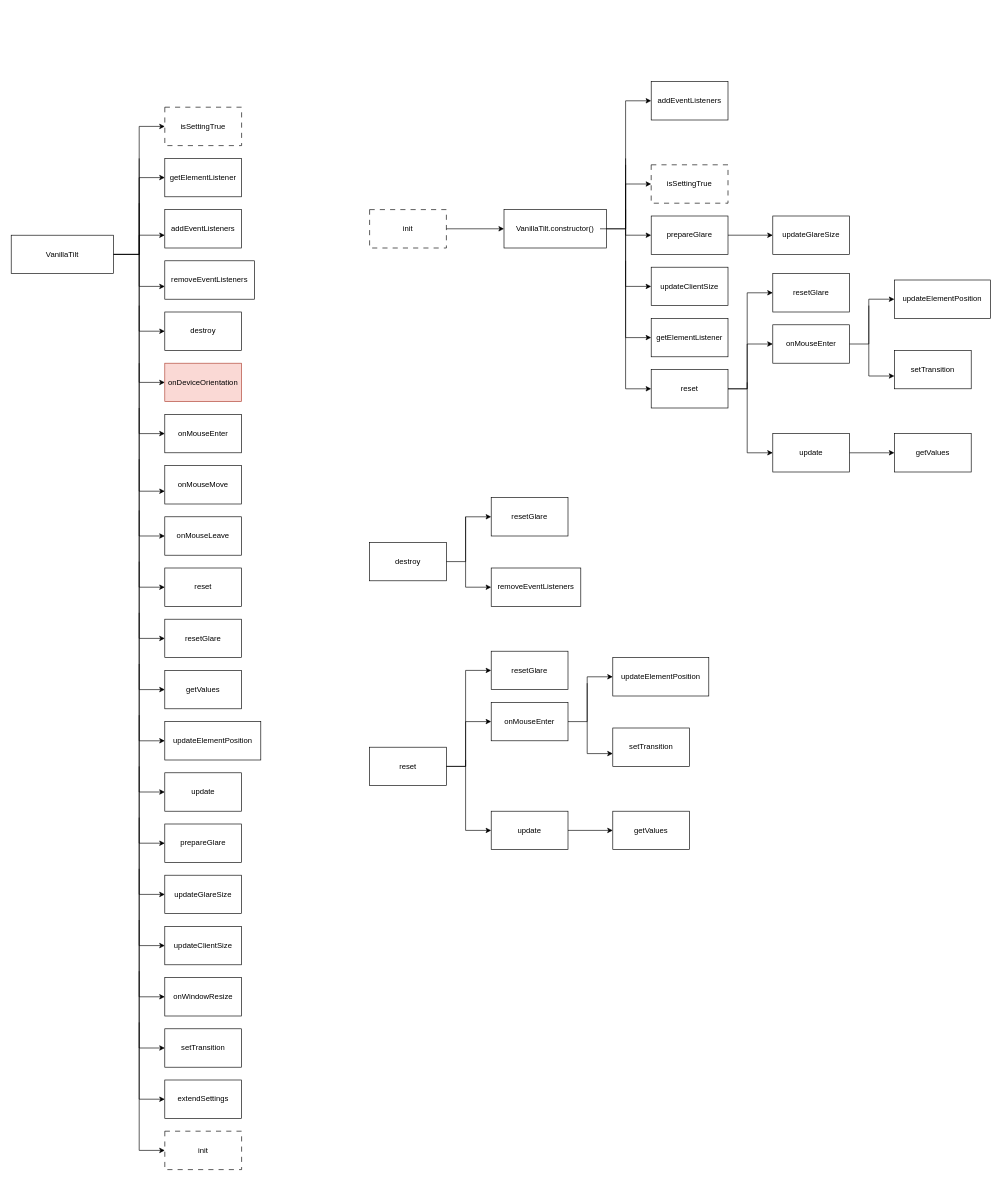
Before: tilt.schema.drawio in nat-davydova/tilt-js-experiments, a draw.io diagram. Source tidied: cells renumbered, new cells numbered last; positions are measured from the earlier drawing's top-left corner, leaving out a move shared by most shapes. Both pictures are drawn from the tidied source at 64%, with x=0, y=0 at pixel (11, 81).
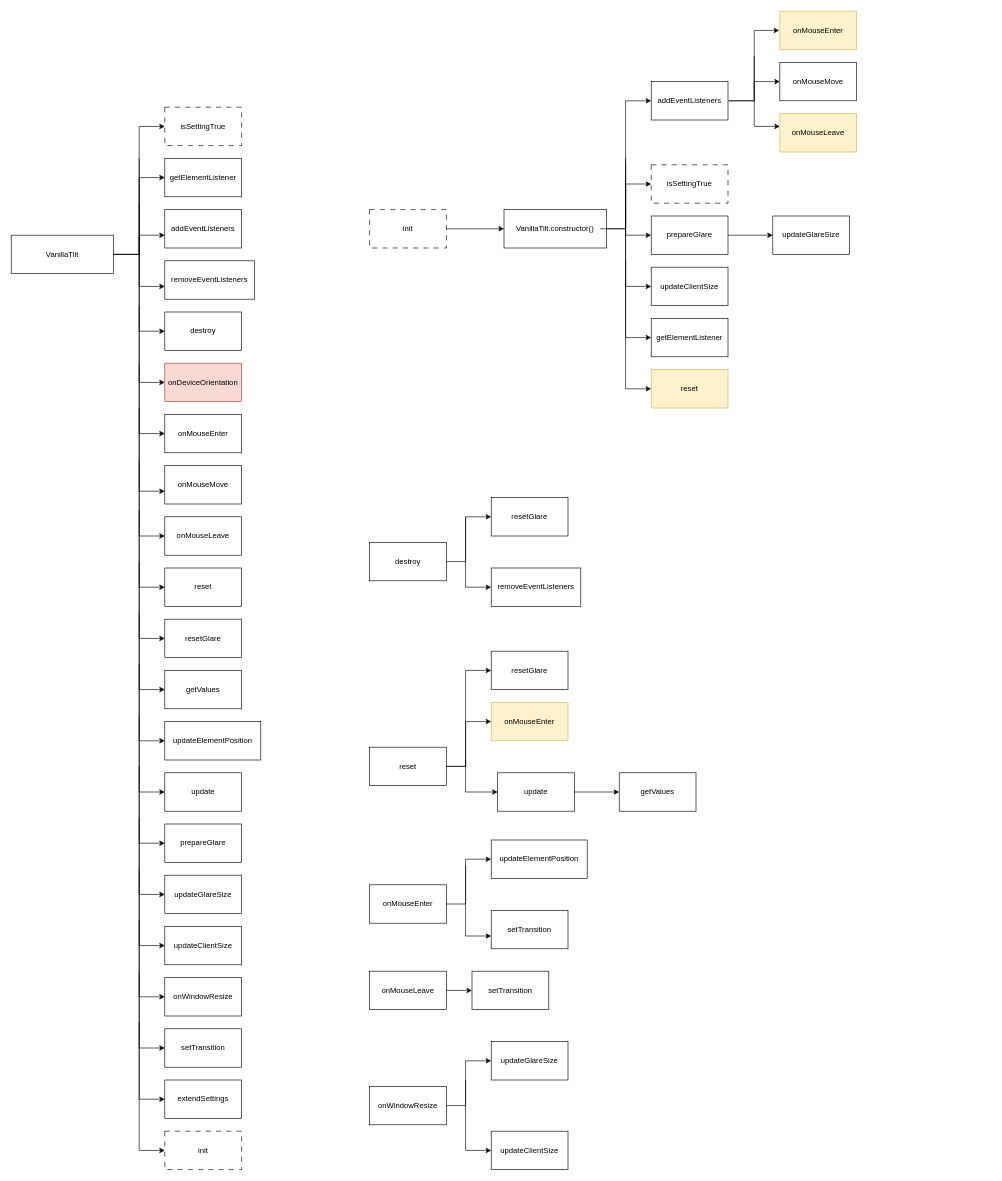
The same diagram, later.

Commit message:
docs: add diagram with lib methods

Diff of the diagram source:
```diff
@@
-    <mxCell id="57" value="reset" style="rounded=0;whiteSpace=wrap;html=1;" parent="1" vertex="1">
+    <mxCell id="57" value="reset" style="rounded=0;whiteSpace=wrap;html=1;fillColor=#fff2cc;strokeColor=#d6b656;" parent="1" vertex="1">
       <mxGeometry x="1000" y="450" width="120" height="60" as="geometry" />
     </mxCell>
@@
-    <mxCell id="61" value="onMouseEnter" style="rounded=0;whiteSpace=wrap;html=1;" parent="1" vertex="1">
-      <mxGeometry x="1190" y="380" width="120" height="60" as="geometry" />
-    </mxCell>
-    <mxCell id="62" value="resetGlare" style="rounded=0;whiteSpace=wrap;html=1;" parent="1" vertex="1">
-      <mxGeometry x="1190" y="300" width="120" height="60" as="geometry" />
-    </mxCell>
-    <mxCell id="63" value="update" style="rounded=0;whiteSpace=wrap;html=1;" parent="1" vertex="1">
-      <mxGeometry x="1190" y="550" width="120" height="60" as="geometry" />
-    </mxCell>
-    <mxCell id="64" style="endArrow=classic;html=1;rounded=0;exitX=1;exitY=0.5;exitDx=0;exitDy=0;entryX=0;entryY=0.5;entryDx=0;entryDy=0;" parent="1" edge="1">
-      <mxGeometry relative="1" as="geometry">
-        <mxPoint x="1120" y="480" as="sourcePoint" />
-        <mxPoint x="1190" y="330" as="targetPoint" />
-        <Array as="points">
-          <mxPoint x="1150" y="480" />
-          <mxPoint x="1150" y="330" />
-        </Array>
-      </mxGeometry>
-    </mxCell>
-    <mxCell id="65" style="endArrow=classic;html=1;rounded=0;exitX=1;exitY=0.5;exitDx=0;exitDy=0;entryX=0;entryY=0.5;entryDx=0;entryDy=0;" parent="1" edge="1">
-      <mxGeometry relative="1" as="geometry">
-        <mxPoint x="1120" y="480" as="sourcePoint" />
-        <mxPoint x="1190" y="410" as="targetPoint" />
-        <Array as="points">
-          <mxPoint x="1150" y="480" />
-          <mxPoint x="1150" y="410" />
-        </Array>
-      </mxGeometry>
-    </mxCell>
-    <mxCell id="66" style="endArrow=classic;html=1;rounded=0;entryX=0;entryY=0.5;entryDx=0;entryDy=0;" parent="1" edge="1">
-      <mxGeometry relative="1" as="geometry">
-        <mxPoint x="1150" y="470" as="sourcePoint" />
-        <mxPoint x="1190" y="580" as="targetPoint" />
-        <Array as="points">
-          <mxPoint x="1150" y="580" />
-        </Array>
-      </mxGeometry>
-    </mxCell>
-    <mxCell id="67" value="getValues" style="rounded=0;whiteSpace=wrap;html=1;" parent="1" vertex="1">
-      <mxGeometry x="1380" y="550" width="120" height="60" as="geometry" />
-    </mxCell>
-    <mxCell id="68" style="endArrow=classic;html=1;rounded=0;entryX=0;entryY=0.5;entryDx=0;entryDy=0;" parent="1" edge="1" target="67">
-      <mxGeometry relative="1" as="geometry">
-        <mxPoint x="1310" y="580" as="sourcePoint" />
-      </mxGeometry>
-    </mxCell>
-    <mxCell id="69" value="updateElementPosition" style="rounded=0;whiteSpace=wrap;html=1;" parent="1" vertex="1">
-      <mxGeometry x="1380" y="310" width="150" height="60" as="geometry" />
-    </mxCell>
-    <mxCell id="70" style="endArrow=classic;html=1;rounded=0;exitX=1;exitY=0.5;exitDx=0;exitDy=0;" parent="1" edge="1">
-      <mxGeometry relative="1" as="geometry">
-        <mxPoint x="1310" y="410" as="sourcePoint" />
-        <mxPoint x="1380" y="340" as="targetPoint" />
-        <Array as="points">
-          <mxPoint x="1340" y="410" />
-          <mxPoint x="1340" y="340" />
-        </Array>
-      </mxGeometry>
-    </mxCell>
-    <mxCell id="71" value="setTransition" style="rounded=0;whiteSpace=wrap;html=1;" parent="1" vertex="1">
-      <mxGeometry x="1380" y="420" width="120" height="60" as="geometry" />
-    </mxCell>
-    <mxCell id="72" style="endArrow=classic;html=1;rounded=0;entryX=0;entryY=0.5;entryDx=0;entryDy=0;" parent="1" edge="1">
-      <mxGeometry relative="1" as="geometry">
-        <mxPoint x="1340" y="350" as="sourcePoint" />
-        <mxPoint x="1380" y="460" as="targetPoint" />
-        <Array as="points">
-          <mxPoint x="1340" y="460" />
-        </Array>
-      </mxGeometry>
-    </mxCell>
@@
-    <mxCell id="79" value="onMouseEnter" style="rounded=0;whiteSpace=wrap;html=1;" parent="1" vertex="1">
+    <mxCell id="79" value="onMouseEnter" style="rounded=0;whiteSpace=wrap;html=1;fillColor=#fff2cc;strokeColor=#d6b656;" parent="1" vertex="1">
       <mxGeometry x="750" y="970" width="120" height="60" as="geometry" />
     </mxCell>
@@
     <mxCell id="81" value="update" style="rounded=0;whiteSpace=wrap;html=1;" parent="1" vertex="1">
-      <mxGeometry x="750" y="1140" width="120" height="60" as="geometry" />
+      <mxGeometry x="760" y="1080" width="120" height="60" as="geometry" />
     </mxCell>
@@
-    <mxCell id="84" style="endArrow=classic;html=1;rounded=0;entryX=0;entryY=0.5;entryDx=0;entryDy=0;" parent="1" edge="1">
+    <mxCell id="84" style="endArrow=classic;html=1;rounded=0;" parent="1" edge="1">
       <mxGeometry relative="1" as="geometry">
         <mxPoint x="710" y="1060" as="sourcePoint" />
-        <mxPoint x="750" y="1170" as="targetPoint" />
+        <mxPoint x="760" y="1110" as="targetPoint" />
         <Array as="points">
-          <mxPoint x="710" y="1170" />
+          <mxPoint x="710" y="1110" />
         </Array>
       </mxGeometry>
     </mxCell>
     <mxCell id="85" value="getValues" style="rounded=0;whiteSpace=wrap;html=1;" parent="1" vertex="1">
-      <mxGeometry x="940" y="1140" width="120" height="60" as="geometry" />
+      <mxGeometry x="950" y="1080" width="120" height="60" as="geometry" />
     </mxCell>
     <mxCell id="86" style="endArrow=classic;html=1;rounded=0;entryX=0;entryY=0.5;entryDx=0;entryDy=0;" parent="1" edge="1" target="85">
       <mxGeometry relative="1" as="geometry">
-        <mxPoint x="870" y="1170" as="sourcePoint" />
+        <mxPoint x="880" y="1110" as="sourcePoint" />
       </mxGeometry>
     </mxCell>
-    <mxCell id="87" value="updateElementPosition" style="rounded=0;whiteSpace=wrap;html=1;" parent="1" vertex="1">
-      <mxGeometry x="940" y="900" width="150" height="60" as="geometry" />
-    </mxCell>
-    <mxCell id="88" style="endArrow=classic;html=1;rounded=0;exitX=1;exitY=0.5;exitDx=0;exitDy=0;" parent="1" edge="1">
-      <mxGeometry relative="1" as="geometry">
-        <mxPoint x="870" y="1000" as="sourcePoint" />
-        <mxPoint x="940" y="930" as="targetPoint" />
-        <Array as="points">
-          <mxPoint x="900" y="1000" />
-          <mxPoint x="900" y="930" />
-        </Array>
-      </mxGeometry>
-    </mxCell>
-    <mxCell id="89" value="setTransition" style="rounded=0;whiteSpace=wrap;html=1;" parent="1" vertex="1">
-      <mxGeometry x="940" y="1010" width="120" height="60" as="geometry" />
-    </mxCell>
-    <mxCell id="90" style="endArrow=classic;html=1;rounded=0;entryX=0;entryY=0.5;entryDx=0;entryDy=0;" parent="1" edge="1">
-      <mxGeometry relative="1" as="geometry">
-        <mxPoint x="900" y="940" as="sourcePoint" />
-        <mxPoint x="940" y="1050" as="targetPoint" />
-        <Array as="points">
-          <mxPoint x="900" y="1050" />
-        </Array>
-      </mxGeometry>
-    </mxCell>
@@
+    <mxCell id="92" style="endArrow=classic;html=1;rounded=0;exitX=1;exitY=0.5;exitDx=0;exitDy=0;" parent="1" edge="1">
+      <mxGeometry relative="1" as="geometry">
+        <mxPoint x="1121" y="30" as="sourcePoint" />
+        <mxPoint x="1200" y="-80" as="targetPoint" />
+        <Array as="points">
+          <mxPoint x="1161" y="30" />
+          <mxPoint x="1161" y="-80" />
+        </Array>
+      </mxGeometry>
+    </mxCell>
+    <mxCell id="93" value="onMouseEnter" style="rounded=0;whiteSpace=wrap;html=1;fillColor=#fff2cc;strokeColor=#d6b656;" parent="1" vertex="1">
+      <mxGeometry x="1201" y="-110" width="120" height="60" as="geometry" />
+    </mxCell>
+    <mxCell id="94" style="endArrow=classic;html=1;rounded=0;exitX=1;exitY=0.5;exitDx=0;exitDy=0;" parent="1" edge="1">
+      <mxGeometry relative="1" as="geometry">
+        <mxPoint x="1121" y="30" as="sourcePoint" />
+        <mxPoint x="1201" as="targetPoint" />
+        <Array as="points">
+          <mxPoint x="1161" y="30" />
+          <mxPoint x="1161" />
+        </Array>
+      </mxGeometry>
+    </mxCell>
+    <mxCell id="95" value="onMouseMove" style="rounded=0;whiteSpace=wrap;html=1;" parent="1" vertex="1">
+      <mxGeometry x="1201" y="-30" width="120" height="60" as="geometry" />
+    </mxCell>
+    <mxCell id="96" style="endArrow=classic;html=1;rounded=0;entryX=0;entryY=0.5;entryDx=0;entryDy=0;" parent="1" edge="1">
+      <mxGeometry relative="1" as="geometry">
+        <mxPoint x="1161" y="-40" as="sourcePoint" />
+        <mxPoint x="1201" y="70" as="targetPoint" />
+        <Array as="points">
+          <mxPoint x="1161" y="70" />
+        </Array>
+      </mxGeometry>
+    </mxCell>
+    <mxCell id="97" value="onMouseLeave" style="rounded=0;whiteSpace=wrap;html=1;fillColor=#fff2cc;strokeColor=#d6b656;" parent="1" vertex="1">
+      <mxGeometry x="1201" y="50" width="120" height="60" as="geometry" />
+    </mxCell>
+    <mxCell id="61" value="onMouseEnter" style="rounded=0;whiteSpace=wrap;html=1;" parent="1" vertex="1">
+      <mxGeometry x="560" y="1255" width="120" height="60" as="geometry" />
+    </mxCell>
+    <mxCell id="98" value="updateElementPosition" style="rounded=0;whiteSpace=wrap;html=1;" parent="1" vertex="1">
+      <mxGeometry x="750" y="1185" width="150" height="60" as="geometry" />
+    </mxCell>
+    <mxCell id="99" style="endArrow=classic;html=1;rounded=0;exitX=1;exitY=0.5;exitDx=0;exitDy=0;" parent="1" edge="1">
+      <mxGeometry relative="1" as="geometry">
+        <mxPoint x="680" y="1285" as="sourcePoint" />
+        <mxPoint x="750" y="1215" as="targetPoint" />
+        <Array as="points">
+          <mxPoint x="710" y="1285" />
+          <mxPoint x="710" y="1215" />
+        </Array>
+      </mxGeometry>
+    </mxCell>
+    <mxCell id="100" value="setTransition" style="rounded=0;whiteSpace=wrap;html=1;" parent="1" vertex="1">
+      <mxGeometry x="750" y="1295" width="120" height="60" as="geometry" />
+    </mxCell>
+    <mxCell id="101" style="endArrow=classic;html=1;rounded=0;entryX=0;entryY=0.5;entryDx=0;entryDy=0;" parent="1" edge="1">
+      <mxGeometry relative="1" as="geometry">
+        <mxPoint x="710" y="1225" as="sourcePoint" />
+        <mxPoint x="750" y="1335" as="targetPoint" />
+        <Array as="points">
+          <mxPoint x="710" y="1335" />
+        </Array>
+      </mxGeometry>
+    </mxCell>
+    <mxCell id="102" value="onMouseLeave" style="rounded=0;whiteSpace=wrap;html=1;" parent="1" vertex="1">
+      <mxGeometry x="560" y="1390" width="120" height="60" as="geometry" />
+    </mxCell>
+    <mxCell id="103" value="setTransition" style="rounded=0;whiteSpace=wrap;html=1;" parent="1" vertex="1">
+      <mxGeometry x="720" y="1390" width="120" height="60" as="geometry" />
+    </mxCell>
+    <mxCell id="104" style="endArrow=classic;html=1;rounded=0;exitX=1;exitY=0.5;exitDx=0;exitDy=0;entryX=0;entryY=0.5;entryDx=0;entryDy=0;" parent="1" edge="1" source="102" target="103">
+      <mxGeometry relative="1" as="geometry" />
+    </mxCell>
+    <mxCell id="105" value="onWindowResize" style="rounded=0;whiteSpace=wrap;html=1;" parent="1" vertex="1">
+      <mxGeometry x="560" y="1570" width="120" height="60" as="geometry" />
+    </mxCell>
+    <mxCell id="106" style="endArrow=classic;html=1;rounded=0;exitX=1;exitY=0.5;exitDx=0;exitDy=0;" parent="1" edge="1">
+      <mxGeometry relative="1" as="geometry">
+        <mxPoint x="680" y="1600" as="sourcePoint" />
+        <mxPoint x="750" y="1530" as="targetPoint" />
+        <Array as="points">
+          <mxPoint x="710" y="1600" />
+          <mxPoint x="710" y="1530" />
+        </Array>
+      </mxGeometry>
+    </mxCell>
+    <mxCell id="107" style="endArrow=classic;html=1;rounded=0;entryX=0;entryY=0.5;entryDx=0;entryDy=0;" parent="1" edge="1">
+      <mxGeometry relative="1" as="geometry">
+        <mxPoint x="710" y="1560" as="sourcePoint" />
+        <mxPoint x="750" y="1670" as="targetPoint" />
+        <Array as="points">
+          <mxPoint x="710" y="1670" />
+        </Array>
+      </mxGeometry>
+    </mxCell>
+    <mxCell id="108" value="updateGlareSize" style="rounded=0;whiteSpace=wrap;html=1;" parent="1" vertex="1">
+      <mxGeometry x="750" y="1500" width="120" height="60" as="geometry" />
+    </mxCell>
+    <mxCell id="109" value="updateClientSize" style="rounded=0;whiteSpace=wrap;html=1;" parent="1" vertex="1">
+      <mxGeometry x="750" y="1640" width="120" height="60" as="geometry" />
+    </mxCell>
```
